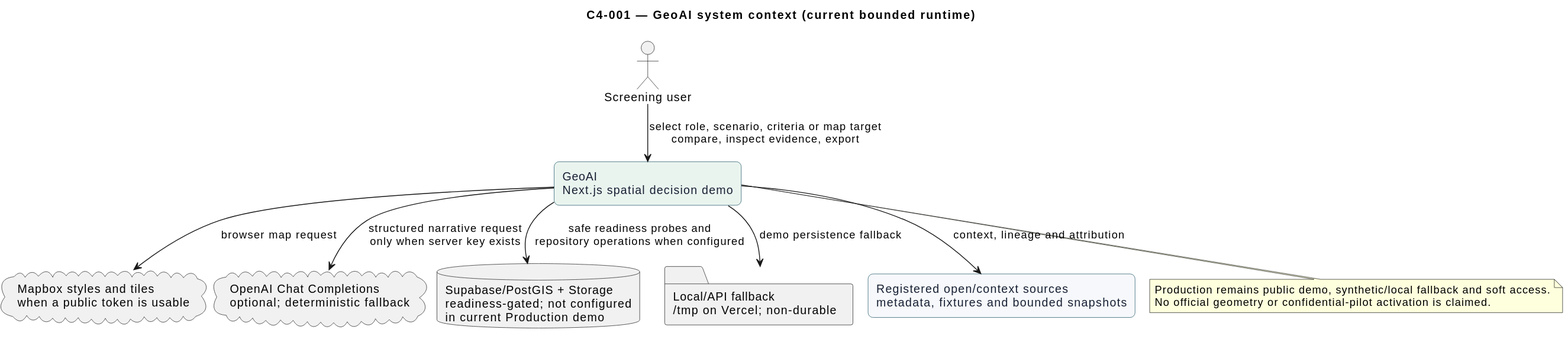
Before: docs/artifacts/rendered/C4-001-system-context.svg, a diagram exported from PlantUML (mmgolikov/geoai-mvp). Source of this version:
```plantuml
@startuml
!pragma layout smetana
title C4-001 — GeoAI system context (current bounded runtime)
skinparam backgroundColor #FFFFFF
skinparam shadowing false
skinparam defaultFontName Arial
skinparam rectangle {
  BackgroundColor #F6F8FB
  BorderColor #174F63
  FontColor #172033
  RoundCorner 12
}

actor "Screening user" as User
rectangle "GeoAI\nNext.js spatial decision demo" as GeoAI #EAF4EF
cloud "Mapbox styles and tiles\nwhen a public token is usable" as Mapbox
cloud "OpenAI Chat Completions\noptional; deterministic fallback" as OpenAI
database "Supabase/PostGIS + Storage\nreadiness-gated; not configured\nin current Production demo" as Supabase
folder "Local/API fallback\n/tmp on Vercel; non-durable" as Local
rectangle "Registered open/context sources\nmetadata, fixtures and bounded snapshots" as Sources

User --> GeoAI : select role, scenario, criteria or map target\ncompare, inspect evidence, export
GeoAI --> Mapbox : browser map request
GeoAI --> OpenAI : structured narrative request\nonly when server key exists
GeoAI --> Supabase : safe readiness probes and\nrepository operations when configured
GeoAI --> Local : demo persistence fallback
GeoAI --> Sources : context, lineage and attribution

note bottom of GeoAI
Production remains public demo, synthetic/local fallback and soft access.
No official geometry or confidential-pilot activation is claimed.
end note
@enduml
```
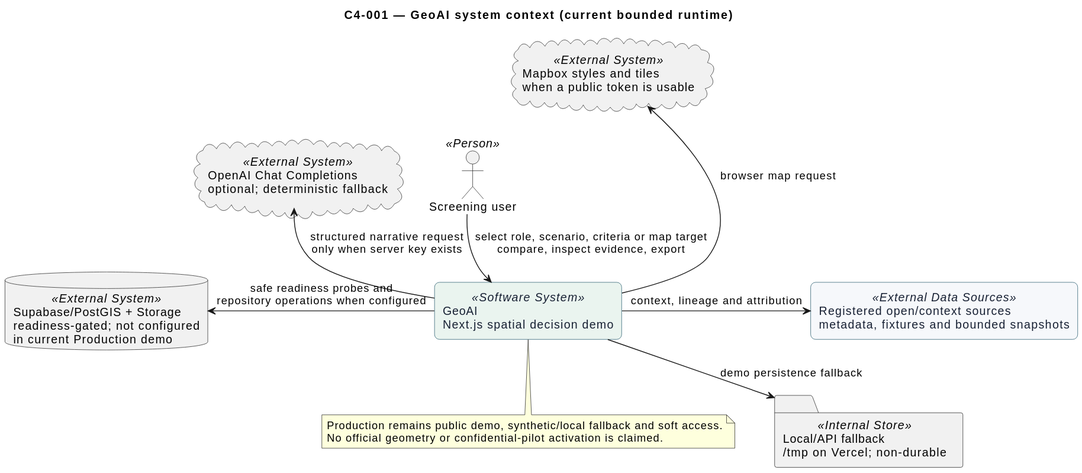
After the change.

The edit, as a diff of the source:
```diff
@@ -11,20 +11,24 @@
   RoundCorner 12
 }
 
-actor "Screening user" as User
-rectangle "GeoAI\nNext.js spatial decision demo" as GeoAI #EAF4EF
-cloud "Mapbox styles and tiles\nwhen a public token is usable" as Mapbox
-cloud "OpenAI Chat Completions\noptional; deterministic fallback" as OpenAI
-database "Supabase/PostGIS + Storage\nreadiness-gated; not configured\nin current Production demo" as Supabase
-folder "Local/API fallback\n/tmp on Vercel; non-durable" as Local
-rectangle "Registered open/context sources\nmetadata, fixtures and bounded snapshots" as Sources
+actor "Screening user" as User <<Person>>
+rectangle "GeoAI\nNext.js spatial decision demo" as GeoAI <<Software System>> #EAF4EF
+cloud "Mapbox styles and tiles\nwhen a public token is usable" as Mapbox <<External System>>
+cloud "OpenAI Chat Completions\noptional; deterministic fallback" as OpenAI <<External System>>
+database "Supabase/PostGIS + Storage\nreadiness-gated; not configured\nin current Production demo" as Supabase <<External System>>
+folder "Local/API fallback\n/tmp on Vercel; non-durable" as Local <<Internal Store>>
+rectangle "Registered open/context sources\nmetadata, fixtures and bounded snapshots" as Sources <<External Data Sources>>
 
 User --> GeoAI : select role, scenario, criteria or map target\ncompare, inspect evidence, export
-GeoAI --> Mapbox : browser map request
-GeoAI --> OpenAI : structured narrative request\nonly when server key exists
-GeoAI --> Supabase : safe readiness probes and\nrepository operations when configured
-GeoAI --> Local : demo persistence fallback
-GeoAI --> Sources : context, lineage and attribution
+GeoAI -left-> Mapbox : browser map request
+GeoAI -left-> OpenAI : structured narrative request\nonly when server key exists
+GeoAI -left-> Supabase : safe readiness probes and\nrepository operations when configured
+GeoAI -right-> Sources : context, lineage and attribution
+GeoAI -right-> Local : demo persistence fallback
+
+Mapbox -[hidden]down-> OpenAI
+OpenAI -[hidden]down-> Supabase
+Sources -[hidden]down-> Local
 
 note bottom of GeoAI
 Production remains public demo, synthetic/local fallback and soft access.
```
